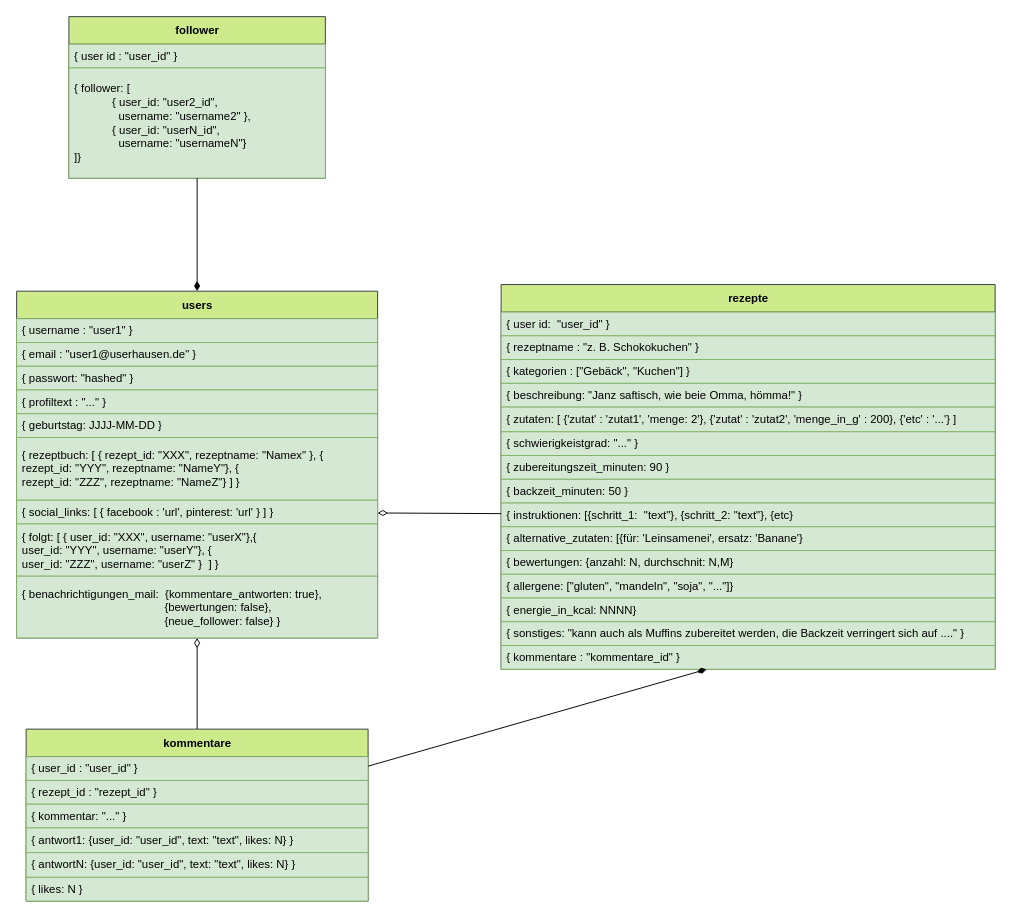
Above: klassendiagramm.drawio in MaPankow/MongoDB_Rezepte_Social_Network (draw.io), before the change. Source tidied: cells renumbered, new cells numbered last; positions are measured from the earlier drawing's top-left corner, leaving out a move shared by most shapes. Both pictures are drawn from the tidied source at 95%, with x=0, y=0 at pixel (16, 16).
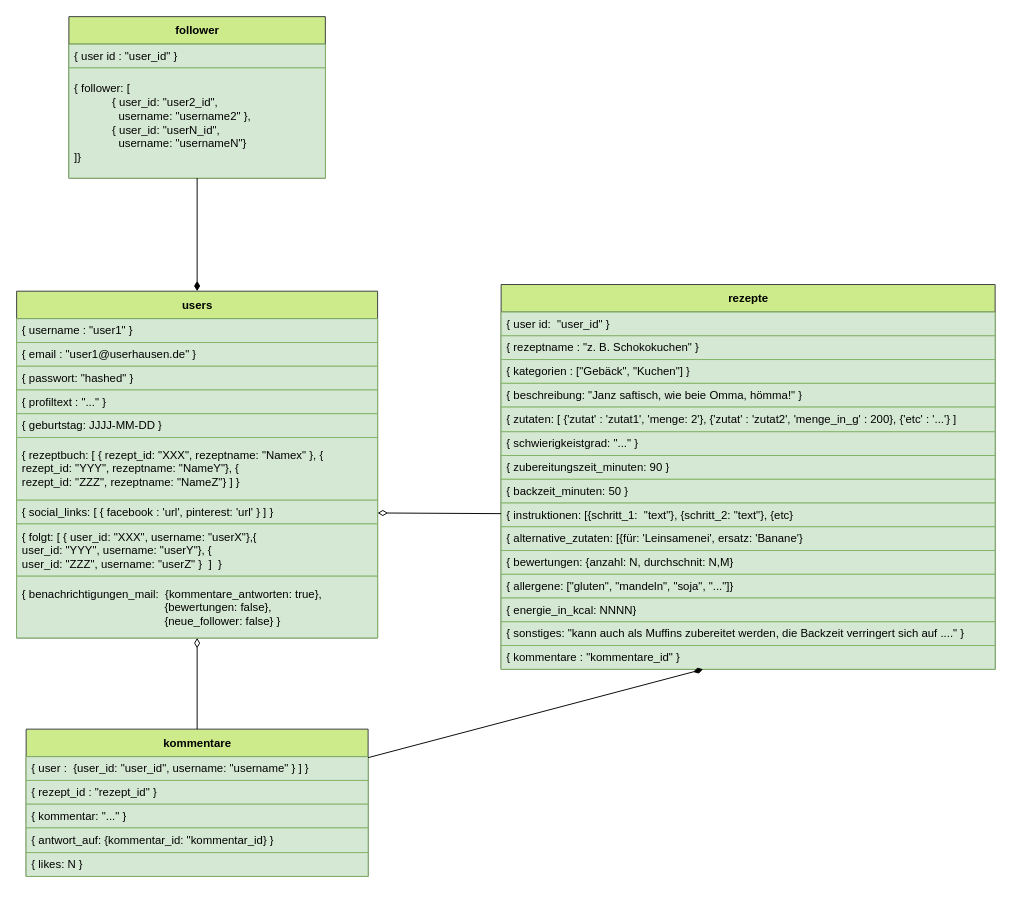
The same diagram, later.

The change refers to these unchanged cells:
```xml
<mxCell id="2" value="users" style="swimlane;fontStyle=1;align=center;verticalAlign=middle;horizontal=1;startSize=29;html=1;fillColor=#cdeb8b;strokeColor=#36393d;" parent="1" vertex="1">
  <mxGeometry y="289" width="380" height="365" as="geometry" />
</mxCell>
```

What changed in the source:
```diff
@@
-    <mxCell id="10" value="{ folgt: [ { user_id: &quot;XXX&quot;, username: &quot;userX&quot;},{&lt;br&gt;user_id: &quot;YYY&quot;, username: &quot;userY&quot;}, {&lt;br&gt;user_id: &quot;ZZZ&quot;, username: &quot;userZ&quot; }&amp;nbsp;&amp;nbsp;] }" style="text;html=1;strokeColor=#82b366;fillColor=#d5e8d4;align=left;verticalAlign=middle;spacingLeft=4;spacingRight=4;overflow=hidden;" parent="2" vertex="1">
+    <mxCell id="10" value="{ folgt: [ { user_id: &quot;XXX&quot;, username: &quot;userX&quot;},{&lt;br&gt;user_id: &quot;YYY&quot;, username: &quot;userY&quot;}, {&lt;br&gt;user_id: &quot;ZZZ&quot;, username: &quot;userZ&quot; }&amp;nbsp;&amp;nbsp;]&amp;nbsp; }" style="text;html=1;strokeColor=#82b366;fillColor=#d5e8d4;align=left;verticalAlign=middle;spacingLeft=4;spacingRight=4;overflow=hidden;" parent="2" vertex="1">
       <mxGeometry y="245" width="380" height="55" as="geometry" />
     </mxCell>
@@
     <mxCell id="31" value="kommentare" style="swimlane;fontStyle=1;align=center;verticalAlign=middle;horizontal=1;startSize=29;html=1;fillColor=#cdeb8b;strokeColor=#36393d;" parent="1" vertex="1">
-      <mxGeometry x="10" y="750" width="360" height="181" as="geometry" />
+      <mxGeometry x="10" y="750" width="360" height="155" as="geometry" />
     </mxCell>
-    <mxCell id="32" value="{ user_id : &quot;user_id&quot; }" style="text;html=1;strokeColor=#82b366;fillColor=#d5e8d4;align=left;verticalAlign=middle;spacingLeft=4;spacingRight=4;overflow=hidden;" parent="31" vertex="1">
+    <mxCell id="32" value="{ user :&amp;nbsp; {user_id: &quot;user_id&quot;, username: &quot;username&quot; } ] }" style="text;html=1;strokeColor=#82b366;fillColor=#d5e8d4;align=left;verticalAlign=middle;spacingLeft=4;spacingRight=4;overflow=hidden;" parent="31" vertex="1">
       <mxGeometry y="29" width="360" height="25" as="geometry" />
     </mxCell>
@@
-    <mxCell id="35" value="{ antwort1: {user_id: &quot;user_id&quot;, text: &quot;text&quot;, likes: N} }" style="text;html=1;strokeColor=#82b366;fillColor=#d5e8d4;align=left;verticalAlign=middle;spacingLeft=4;spacingRight=4;overflow=hidden;" parent="31" vertex="1">
+    <mxCell id="35" value="{ antwort_auf: {kommentar_id: &quot;kommentar_id} }" style="text;html=1;strokeColor=#82b366;fillColor=#d5e8d4;align=left;verticalAlign=middle;spacingLeft=4;spacingRight=4;overflow=hidden;" parent="31" vertex="1">
       <mxGeometry y="104" width="360" height="26" as="geometry" />
     </mxCell>
-    <mxCell id="36" value="{ antwortN: {user_id: &quot;user_id&quot;, text: &quot;text&quot;, likes: N} }" style="text;html=1;strokeColor=#82b366;fillColor=#d5e8d4;align=left;verticalAlign=middle;spacingLeft=4;spacingRight=4;overflow=hidden;" parent="31" vertex="1">
-      <mxGeometry y="130" width="360" height="26" as="geometry" />
-    </mxCell>
     <mxCell id="37" value="{ likes: N }" style="text;html=1;strokeColor=#82b366;fillColor=#d5e8d4;align=left;verticalAlign=middle;spacingLeft=4;spacingRight=4;overflow=hidden;" parent="31" vertex="1">
-      <mxGeometry y="156" width="360" height="25" as="geometry" />
+      <mxGeometry y="130" width="360" height="25" as="geometry" />
     </mxCell>
```
